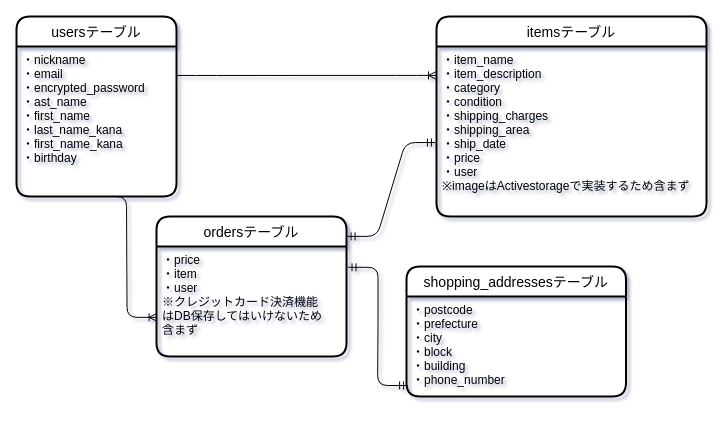
ayaokami/furima-36866 keeps this draw.io diagram as er.dio. Above is the earlier version. Source tidied: cells renumbered, new cells numbered last; positions are measured from the earlier drawing's top-left corner, leaving out a move shared by most shapes. Both pictures are drawn from the tidied source at 100%, with x=0, y=0 at pixel (16, 16).
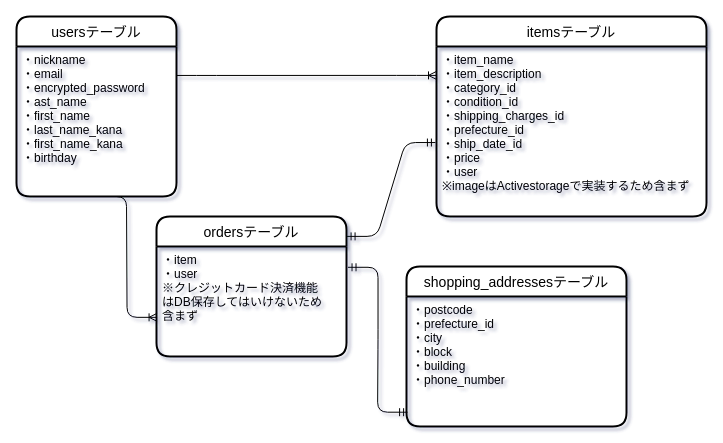
Above is the later version.

Commit message (it also covers changes not shown here):
データベース修正

What changed in the source:
```diff
@@
 <mxGraphModel shadow="1">
   <root>
     <mxCell id="0" />
     <mxCell id="1" parent="0" />
     <mxCell id="2" value="usersテーブル" style="swimlane;horizontal=1;startSize=30;rounded=1;fontSize=14;fontStyle=0;strokeWidth=2;shadow=0;dashed=0;align=center;labelBackgroundColor=none;fillColor=default;fontColor=default;" parent="1" vertex="1">
       <mxGeometry width="160" height="180" as="geometry" />
     </mxCell>
     <mxCell id="3" value="・nickname&#10;・email&#10;・encrypted_password&#10;・ast_name&#10;・first_name&#10;・last_name_kana&#10;・first_name_kana&#10;・birthday" style="align=left;strokeColor=none;fillColor=none;spacingLeft=4;fontSize=12;verticalAlign=top;" parent="2" vertex="1">
       <mxGeometry y="30" width="160" height="150" as="geometry" />
     </mxCell>
     <mxCell id="4" style="edgeStyle=none;html=1;exitX=0.75;exitY=0;exitDx=0;exitDy=0;" parent="1" edge="1" source="5">
       <mxGeometry relative="1" as="geometry">
         <mxPoint x="550" y="10" as="targetPoint" />
       </mxGeometry>
     </mxCell>
     <mxCell id="5" value="itemsテーブル" style="swimlane;horizontal=1;startSize=30;rounded=1;fontSize=14;fontStyle=0;strokeWidth=2;shadow=0;dashed=0;align=center;" parent="1" vertex="1">
       <mxGeometry x="420" width="270" height="200" as="geometry" />
     </mxCell>
-    <mxCell id="6" value="・item_name&#10;・item_description&#10;・category&#10;・condition&#10;・shipping_charges&#10;・shipping_area&#10;・ship_date&#10;・price&#10;・user&#10;※imageはActivestorageで実装するため含まず" style="align=left;strokeColor=none;fillColor=none;spacingLeft=4;fontSize=12;verticalAlign=top;" parent="5" vertex="1">
+    <mxCell id="6" value="・item_name&#10;・item_description&#10;・category_id&#10;・condition_id&#10;・shipping_charges_id&#10;・prefecture_id&#10;・ship_date_id&#10;・price&#10;・user&#10;※imageはActivestorageで実装するため含まず" style="align=left;strokeColor=none;fillColor=none;spacingLeft=4;fontSize=12;verticalAlign=top;" parent="5" vertex="1">
       <mxGeometry y="30" width="270" height="170" as="geometry" />
     </mxCell>
     <mxCell id="7" value="ordersテーブル" style="swimlane;horizontal=1;startSize=30;rounded=1;fontSize=14;fontStyle=0;strokeWidth=2;shadow=0;dashed=0;align=center;" parent="1" vertex="1">
       <mxGeometry x="140" y="200" width="190" height="140" as="geometry" />
     </mxCell>
-    <mxCell id="8" value="・price&#10;・item&#10;・user&#10;※クレジットカード決済機能&#10;はDB保存してはいけないため&#10;含まず" style="align=left;strokeColor=none;fillColor=none;spacingLeft=4;fontSize=12;verticalAlign=top;" parent="7" vertex="1">
+    <mxCell id="8" value="・item&#10;・user&#10;※クレジットカード決済機能&#10;はDB保存してはいけないため&#10;含まず" style="align=left;strokeColor=none;fillColor=none;spacingLeft=4;fontSize=12;verticalAlign=top;" parent="7" vertex="1">
       <mxGeometry y="30" width="190" height="110" as="geometry" />
     </mxCell>
     <mxCell id="9" value="shopping_addressesテーブル" style="swimlane;horizontal=1;startSize=30;rounded=1;fontSize=14;fontStyle=0;strokeWidth=2;shadow=0;dashed=0;align=center;" parent="1" vertex="1">
-      <mxGeometry x="390" y="250" width="219.5" height="130" as="geometry" />
+      <mxGeometry x="390" y="250" width="220" height="160" as="geometry" />
     </mxCell>
-    <mxCell id="10" value="・postcode&#10;・prefecture&#10;・city&#10;・block&#10;・building&#10;・phone_number" style="align=left;strokeColor=none;fillColor=none;spacingLeft=4;fontSize=12;verticalAlign=top;" parent="9" vertex="1">
-      <mxGeometry y="30" width="219.5" height="100" as="geometry" />
+    <mxCell id="10" value="・postcode&#10;・prefecture_id&#10;・city&#10;・block&#10;・building&#10;・phone_number&#10;" style="align=left;strokeColor=none;fillColor=none;spacingLeft=4;fontSize=12;verticalAlign=top;" parent="9" vertex="1">
+      <mxGeometry y="30" width="220" height="130" as="geometry" />
     </mxCell>
     <mxCell id="11" style="edgeStyle=entityRelationEdgeStyle;fontSize=12;html=1;endArrow=ERoneToMany;fontColor=default;entryX=0;entryY=0.17;entryDx=0;entryDy=0;exitX=1;exitY=0.193;exitDx=0;exitDy=0;exitPerimeter=0;entryPerimeter=0;" parent="1" edge="1" source="3" target="6">
       <mxGeometry relative="1" as="geometry" />
     </mxCell>
     <mxCell id="12" style="edgeStyle=entityRelationEdgeStyle;fontSize=12;html=1;endArrow=ERoneToMany;fontColor=default;exitX=0.5;exitY=1;exitDx=0;exitDy=0;entryX=0.003;entryY=0.644;entryDx=0;entryDy=0;entryPerimeter=0;" parent="1" edge="1" source="3" target="8">
       <mxGeometry relative="1" as="geometry" />
     </mxCell>
     <mxCell id="13" style="edgeStyle=entityRelationEdgeStyle;fontSize=12;html=1;endArrow=ERmandOne;startArrow=ERmandOne;fontColor=default;entryX=-0.004;entryY=0.565;entryDx=0;entryDy=0;entryPerimeter=0;exitX=1.003;exitY=0.142;exitDx=0;exitDy=0;exitPerimeter=0;" parent="1" edge="1" source="7" target="6">
       <mxGeometry relative="1" as="geometry" />
     </mxCell>
     <mxCell id="14" style="edgeStyle=entityRelationEdgeStyle;fontSize=12;html=1;endArrow=ERmandOne;startArrow=ERmandOne;fontColor=default;entryX=0.005;entryY=0.89;entryDx=0;entryDy=0;entryPerimeter=0;exitX=1.008;exitY=0.189;exitDx=0;exitDy=0;exitPerimeter=0;" parent="1" edge="1" source="8" target="10">
       <mxGeometry relative="1" as="geometry" />
     </mxCell>
   </root>
 </mxGraphModel>
```
